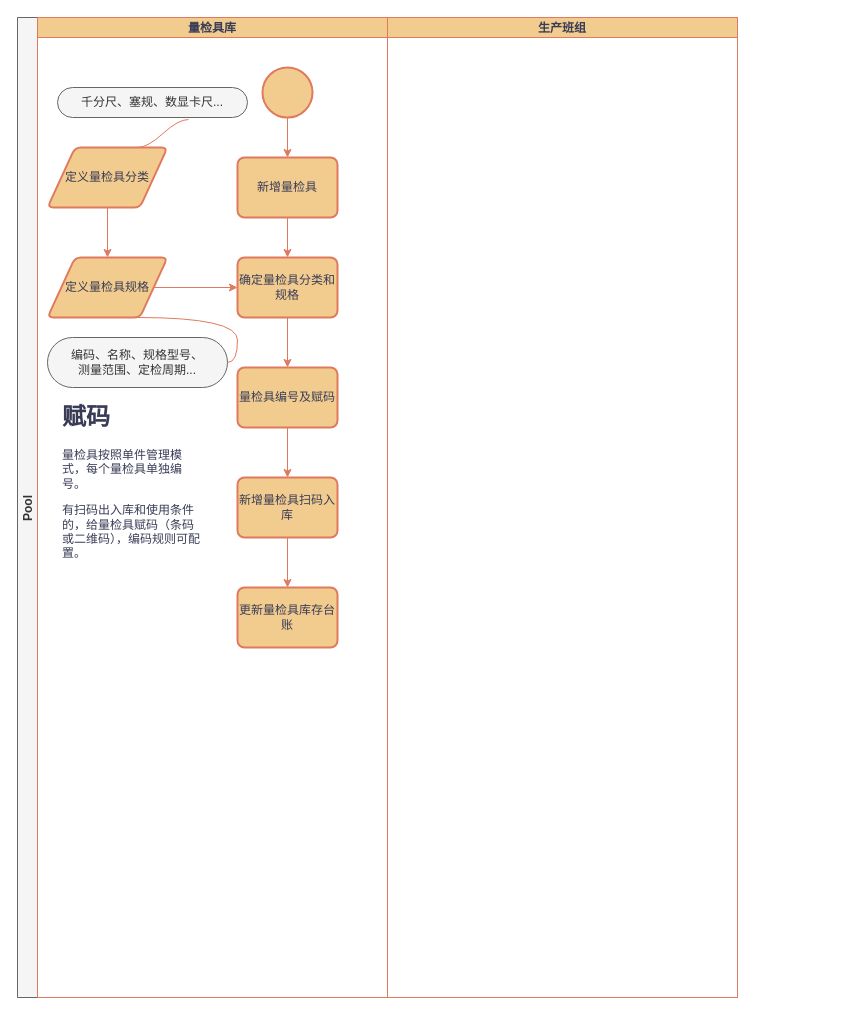
The draw.io diagram 未命名绘图.drawio in alabuowandao/Qintao, before the edit. Source tidied: cells renumbered, new cells numbered last; positions are measured from the earlier drawing's top-left corner, leaving out a move shared by most shapes. Both pictures are drawn from the tidied source at 100%, with x=0, y=0 at pixel (17, 17).
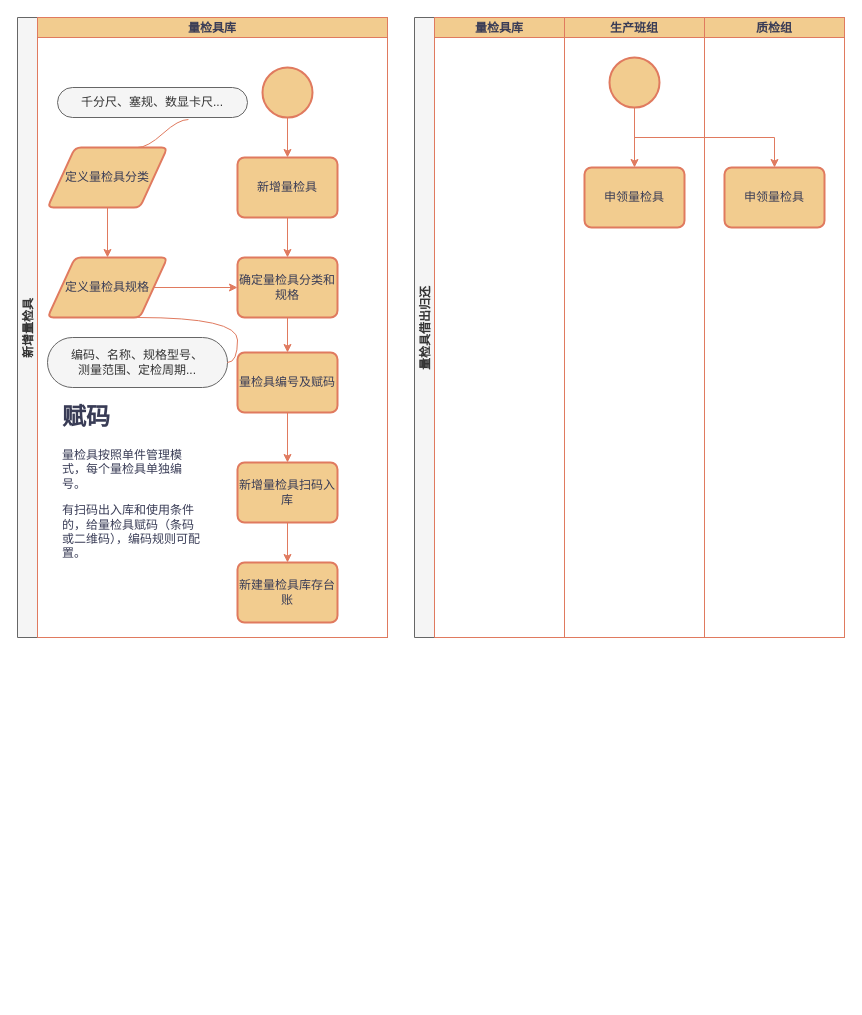
The same diagram, later.

Commit message:
量检具管理.drawio

Change to the diagram source:
```diff
@@
-    <mxCell id="2" value="Pool" style="swimlane;startSize=20;horizontal=0;strokeColor=#666666;fontColor=#333333;fillColor=#f5f5f5;" parent="1" vertex="1">
-      <mxGeometry width="720" height="980" as="geometry" />
+    <mxCell id="2" value="新增量检具" style="swimlane;startSize=20;horizontal=0;strokeColor=#666666;fontColor=#333333;fillColor=#f5f5f5;" parent="1" vertex="1">
+      <mxGeometry width="370" height="620" as="geometry" />
     </mxCell>
     <mxCell id="3" value="量检具库" style="swimlane;startSize=20;strokeColor=#E07A5F;fontColor=#393C56;fillColor=#F2CC8F;" parent="2" vertex="1">
-      <mxGeometry x="20" width="350" height="980" as="geometry" />
+      <mxGeometry x="20" width="350" height="620" as="geometry" />
     </mxCell>
@@
     <mxCell id="11" value="新增量检具扫码入库" style="rounded=1;whiteSpace=wrap;html=1;absoluteArcSize=1;arcSize=14;strokeWidth=2;strokeColor=#E07A5F;fontColor=#393C56;fillColor=#F2CC8F;" parent="3" vertex="1">
-      <mxGeometry x="200" y="460" width="100" height="60" as="geometry" />
+      <mxGeometry x="200" y="445" width="100" height="60" as="geometry" />
     </mxCell>
@@
     <mxCell id="21" value="量检具编号及赋码" style="rounded=1;whiteSpace=wrap;html=1;absoluteArcSize=1;arcSize=14;strokeWidth=2;strokeColor=#E07A5F;fontColor=#393C56;fillColor=#F2CC8F;" parent="3" vertex="1">
-      <mxGeometry x="200" y="350" width="100" height="60" as="geometry" />
+      <mxGeometry x="200" y="335" width="100" height="60" as="geometry" />
     </mxCell>
@@
-    <mxCell id="23" value="更新量检具库存台账" style="rounded=1;whiteSpace=wrap;html=1;absoluteArcSize=1;arcSize=14;strokeWidth=2;strokeColor=#E07A5F;fontColor=#393C56;fillColor=#F2CC8F;" parent="3" vertex="1">
-      <mxGeometry x="200" y="570" width="100" height="60" as="geometry" />
+    <mxCell id="23" value="新建量检具库存台账" style="rounded=1;whiteSpace=wrap;html=1;absoluteArcSize=1;arcSize=14;strokeWidth=2;strokeColor=#E07A5F;fontColor=#393C56;fillColor=#F2CC8F;" parent="3" vertex="1">
+      <mxGeometry x="200" y="545" width="100" height="60" as="geometry" />
     </mxCell>
+    <mxCell id="25" value="量检具借出归还" style="swimlane;startSize=20;horizontal=0;strokeColor=#666666;fontColor=#333333;fillColor=#f5f5f5;" parent="1" vertex="1">
+      <mxGeometry x="397" width="430" height="620" as="geometry" />
+    </mxCell>
+    <mxCell id="26" value="量检具库" style="swimlane;startSize=20;strokeColor=#E07A5F;fontColor=#393C56;fillColor=#F2CC8F;" parent="25" vertex="1">
+      <mxGeometry x="20" width="130" height="620" as="geometry" />
+    </mxCell>
-    <mxCell id="24" value="生产班组" style="swimlane;startSize=20;strokeColor=#E07A5F;fontColor=#393C56;fillColor=#F2CC8F;" parent="2" vertex="1">
-      <mxGeometry x="370" width="350" height="980" as="geometry" />
+    <mxCell id="24" value="生产班组" style="swimlane;startSize=20;strokeColor=#E07A5F;fontColor=#393C56;fillColor=#F2CC8F;" parent="25" vertex="1">
+      <mxGeometry x="150" width="140" height="620" as="geometry" />
     </mxCell>
+    <mxCell id="27" style="edgeStyle=orthogonalEdgeStyle;rounded=0;jettySize=auto;html=1;strokeColor=#E07A5F;fontColor=#393C56;fillColor=#F2CC8F;" parent="24" edge="1" source="28" target="29">
+      <mxGeometry relative="1" as="geometry" />
+    </mxCell>
+    <mxCell id="28" style="strokeWidth=2;html=1;shape=mxgraph.flowchart.start_2;whiteSpace=wrap;strokeColor=#E07A5F;fontColor=#393C56;fillColor=#F2CC8F;" parent="24" vertex="1">
+      <mxGeometry x="45" y="40" width="50" height="50" as="geometry" />
+    </mxCell>
+    <mxCell id="29" value="申领量检具" style="rounded=1;whiteSpace=wrap;html=1;absoluteArcSize=1;arcSize=14;strokeWidth=2;strokeColor=#E07A5F;fontColor=#393C56;fillColor=#F2CC8F;" parent="24" vertex="1">
+      <mxGeometry x="20" y="150" width="100" height="60" as="geometry" />
+    </mxCell>
+    <mxCell id="30" value="质检组" style="swimlane;startSize=20;strokeColor=#E07A5F;fontColor=#393C56;fillColor=#F2CC8F;" parent="25" vertex="1">
+      <mxGeometry x="290" width="140" height="620" as="geometry" />
+    </mxCell>
+    <mxCell id="31" value="申领量检具" style="rounded=1;whiteSpace=wrap;html=1;absoluteArcSize=1;arcSize=14;strokeWidth=2;strokeColor=#E07A5F;fontColor=#393C56;fillColor=#F2CC8F;" parent="30" vertex="1">
+      <mxGeometry x="20" y="150" width="100" height="60" as="geometry" />
+    </mxCell>
+    <mxCell id="32" style="edgeStyle=orthogonalEdgeStyle;rounded=0;jettySize=auto;html=1;exitX=0.5;exitY=1;exitDx=0;exitDy=0;exitPerimeter=0;entryX=0.5;entryY=0;entryDx=0;entryDy=0;strokeColor=#E07A5F;fontColor=#393C56;fillColor=#F2CC8F;" parent="25" edge="1" source="28" target="31">
+      <mxGeometry relative="1" as="geometry" />
+    </mxCell>
```
